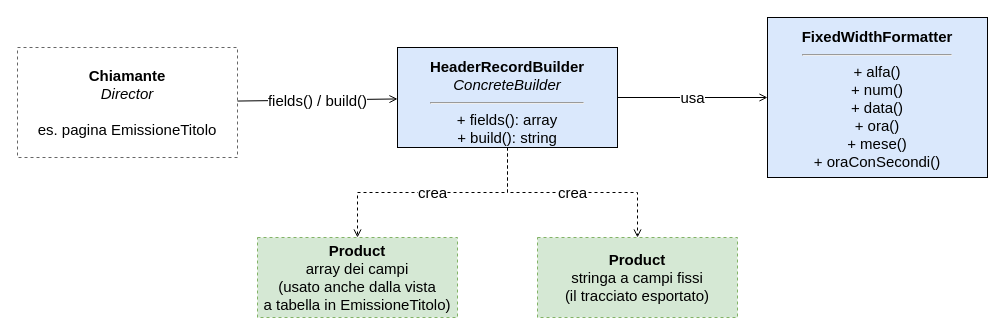
This is page "builder" (16 of 18) of img/diagrams/drawer.drawio from Leddosja/thesis-EdisHodja, a draw.io file, before an edit. Source tidied: cells renumbered, new cells numbered last; positions are measured from the earlier drawing's top-left corner, leaving out a move shared by most shapes. Both pictures are drawn from the tidied source at 100%, with x=0, y=0 at pixel (17, 17).
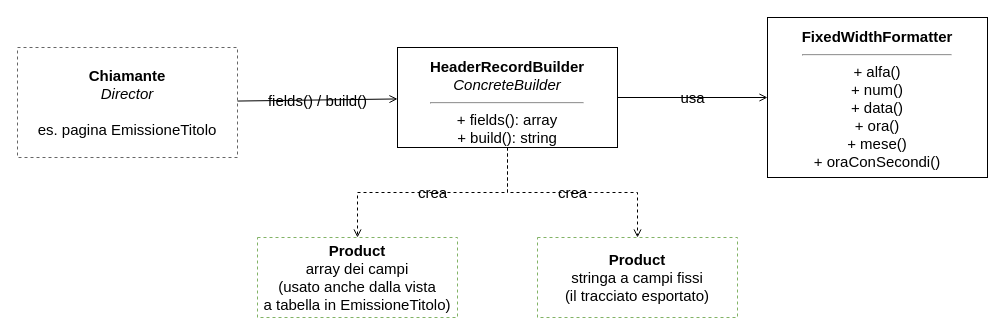
After the change.

Diff of the diagram source:
```diff
@@
 <mxGraphModel>
   <root>
     <mxCell id="0" />
     <mxCell id="1" parent="0" />
     <mxCell id="2" value="&lt;b&gt;Chiamante&lt;/b&gt;&lt;br&gt;&lt;i&gt;Director&lt;/i&gt;&lt;br&gt;&lt;br&gt;es. pagina EmissioneTitolo" style="rounded=0;whiteSpace=wrap;html=1;align=center;verticalAlign=middle;fontSize=15;dashed=1;fillColor=#ffffff;strokeColor=#666666;" parent="1" vertex="1">
       <mxGeometry y="30" width="220" height="110" as="geometry" />
     </mxCell>
-    <mxCell id="3" value="&lt;b&gt;HeaderRecordBuilder&lt;/b&gt;&lt;br&gt;&lt;i&gt;ConcreteBuilder&lt;/i&gt;&lt;hr&gt;+ fields(): array&lt;br&gt;+ build(): string" style="rounded=0;whiteSpace=wrap;html=1;align=center;verticalAlign=top;fontSize=15;spacing=6;fillColor=#dae8fc;strokeColor=#000000;" parent="1" vertex="1">
+    <mxCell id="3" value="&lt;b&gt;HeaderRecordBuilder&lt;/b&gt;&lt;br&gt;&lt;i&gt;ConcreteBuilder&lt;/i&gt;&lt;hr&gt;+ fields(): array&lt;br&gt;+ build(): string" style="rounded=0;whiteSpace=wrap;html=1;align=center;verticalAlign=top;fontSize=15;spacing=6;fillColor=none;strokeColor=#000000;labelBackgroundColor=none;" parent="1" vertex="1">
       <mxGeometry x="380" y="30" width="220" height="100" as="geometry" />
     </mxCell>
-    <mxCell id="4" value="&lt;b&gt;FixedWidthFormatter&lt;/b&gt;&lt;hr&gt;+ alfa()&lt;br&gt;+ num()&lt;br&gt;+ data()&lt;br&gt;+ ora()&lt;br&gt;+ mese()&lt;br&gt;+ oraConSecondi()" style="rounded=0;whiteSpace=wrap;html=1;align=center;verticalAlign=top;fontSize=15;spacing=6;fillColor=#dae8fc;strokeColor=#000000;" parent="1" vertex="1">
+    <mxCell id="4" value="&lt;b&gt;FixedWidthFormatter&lt;/b&gt;&lt;hr&gt;+ alfa()&lt;br&gt;+ num()&lt;br&gt;+ data()&lt;br&gt;+ ora()&lt;br&gt;+ mese()&lt;br&gt;+ oraConSecondi()" style="rounded=0;whiteSpace=wrap;html=1;align=center;verticalAlign=top;fontSize=15;spacing=6;fillColor=none;strokeColor=#000000;labelBackgroundColor=none;" parent="1" vertex="1">
       <mxGeometry x="750" width="220" height="160" as="geometry" />
     </mxCell>
-    <mxCell id="5" value="&lt;b&gt;Product&lt;/b&gt;&lt;br&gt;array dei campi&lt;br&gt;(usato anche dalla vista&lt;br&gt;a tabella in EmissioneTitolo)" style="rounded=0;whiteSpace=wrap;html=1;align=center;verticalAlign=middle;fontSize=15;dashed=1;fillColor=#d5e8d4;strokeColor=#82b366;" parent="1" vertex="1">
+    <mxCell id="5" value="&lt;b&gt;Product&lt;/b&gt;&lt;br&gt;array dei campi&lt;br&gt;(usato anche dalla vista&lt;br&gt;a tabella in EmissioneTitolo)" style="rounded=0;whiteSpace=wrap;html=1;align=center;verticalAlign=middle;fontSize=15;dashed=1;fillColor=none;strokeColor=#82b366;labelBackgroundColor=none;" parent="1" vertex="1">
       <mxGeometry x="240" y="220" width="200" height="80" as="geometry" />
     </mxCell>
-    <mxCell id="6" value="&lt;b&gt;Product&lt;/b&gt;&lt;br&gt;stringa a campi fissi&lt;br&gt;(il tracciato esportato)" style="rounded=0;whiteSpace=wrap;html=1;align=center;verticalAlign=middle;fontSize=15;dashed=1;fillColor=#d5e8d4;strokeColor=#82b366;" parent="1" vertex="1">
+    <mxCell id="6" value="&lt;b&gt;Product&lt;/b&gt;&lt;br&gt;stringa a campi fissi&lt;br&gt;(il tracciato esportato)" style="rounded=0;whiteSpace=wrap;html=1;align=center;verticalAlign=middle;fontSize=15;dashed=1;fillColor=none;strokeColor=#82b366;labelBackgroundColor=none;" parent="1" vertex="1">
       <mxGeometry x="520" y="220" width="200" height="80" as="geometry" />
     </mxCell>
-    <mxCell id="7" value="fields() / build()" style="rounded=0;html=1;fontSize=15;endArrow=open;elbow=vertical;" parent="1" edge="1" source="2" target="3">
+    <mxCell id="7" value="fields() / build()" style="rounded=0;html=1;fontSize=15;endArrow=open;elbow=vertical;labelBackgroundColor=none;" parent="1" edge="1" source="2" target="3">
       <mxGeometry relative="1" as="geometry" />
     </mxCell>
-    <mxCell id="8" value="usa" style="rounded=0;html=1;fontSize=15;endArrow=open;elbow=vertical;" parent="1" edge="1" source="3" target="4">
+    <mxCell id="8" value="usa" style="rounded=0;html=1;fontSize=15;endArrow=open;elbow=vertical;labelBackgroundColor=none;" parent="1" edge="1" source="3" target="4">
       <mxGeometry relative="1" as="geometry" />
     </mxCell>
-    <mxCell id="9" value="crea" style="edgeStyle=orthogonalEdgeStyle;rounded=0;html=1;fontSize=15;endArrow=open;dashed=1;" parent="1" edge="1" source="3" target="5">
+    <mxCell id="9" value="crea" style="edgeStyle=orthogonalEdgeStyle;rounded=0;html=1;fontSize=15;endArrow=open;dashed=1;labelBackgroundColor=none;" parent="1" edge="1" source="3" target="5">
       <mxGeometry relative="1" as="geometry" />
     </mxCell>
-    <mxCell id="10" value="crea" style="edgeStyle=orthogonalEdgeStyle;rounded=0;html=1;fontSize=15;endArrow=open;dashed=1;" parent="1" edge="1" source="3" target="6">
+    <mxCell id="10" value="crea" style="edgeStyle=orthogonalEdgeStyle;rounded=0;html=1;fontSize=15;endArrow=open;dashed=1;labelBackgroundColor=none;" parent="1" edge="1" source="3" target="6">
       <mxGeometry relative="1" as="geometry" />
     </mxCell>
   </root>
 </mxGraphModel>
```
